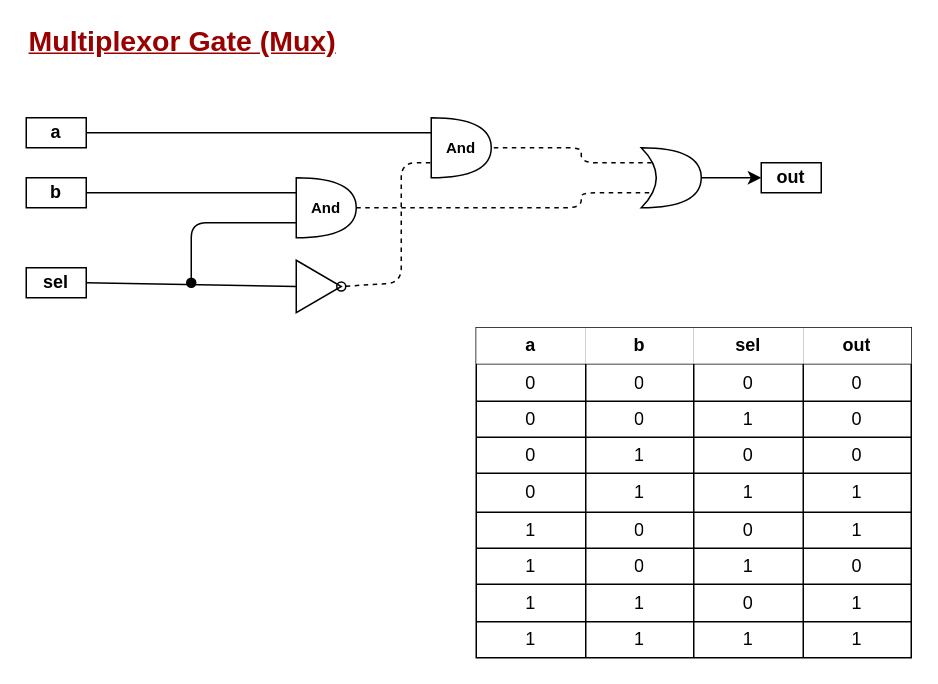
Earlier version of the draw.io diagram projects/01/Mux.drawio (cgaldamez14/nandtotetris). Source tidied: cells renumbered, new cells numbered last; positions are measured from the earlier drawing's top-left corner, leaving out a move shared by most shapes. Both pictures are drawn from the tidied source at 150%, with x=0, y=0 at pixel (26, 27).
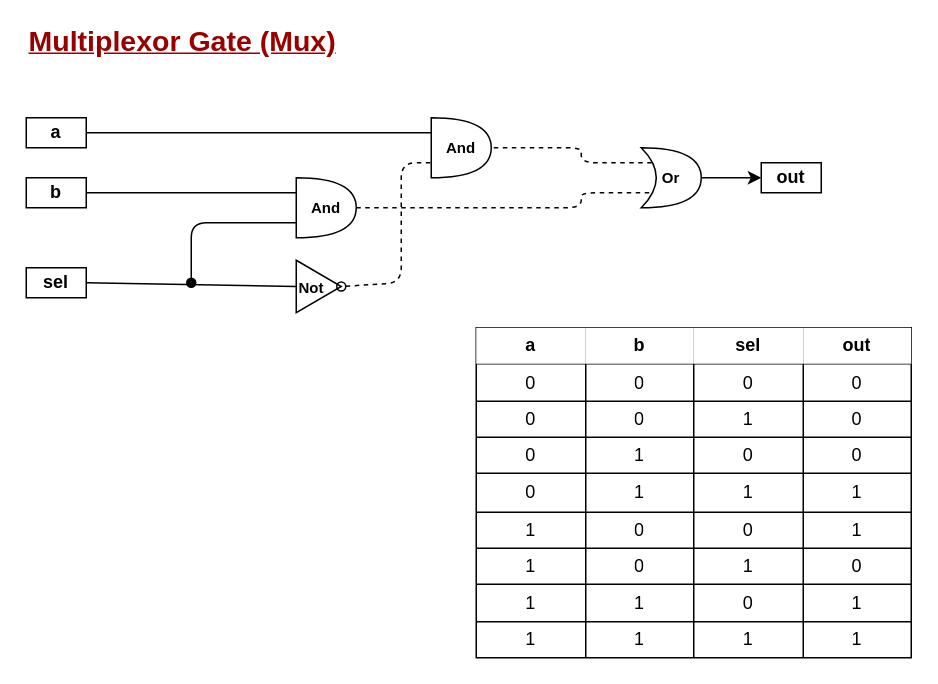
The same diagram, later.

Commit message (it also covers changes not shown here):
update mux gate diagram

Change to the diagram source:
```diff
@@
-    <mxCell id="6" style="triangle;whiteSpace=wrap;html=1;" parent="1" vertex="1">
+    <mxCell id="6" value="&lt;font size=&quot;1&quot;&gt;&lt;b&gt;Not&lt;/b&gt;&lt;/font&gt;" style="triangle;whiteSpace=wrap;html=1;align=left;" parent="1" vertex="1">
       <mxGeometry x="180" y="155" width="30" height="35" as="geometry" />
     </mxCell>
@@
-    <mxCell id="15" style="shape=xor;whiteSpace=wrap;html=1;" parent="1" vertex="1">
+    <mxCell id="15" value="&lt;font size=&quot;1&quot;&gt;&lt;b&gt;Or&lt;/b&gt;&lt;/font&gt;" style="shape=xor;whiteSpace=wrap;html=1;" parent="1" vertex="1">
       <mxGeometry x="410" y="80" width="40" height="40" as="geometry" />
     </mxCell>
```
